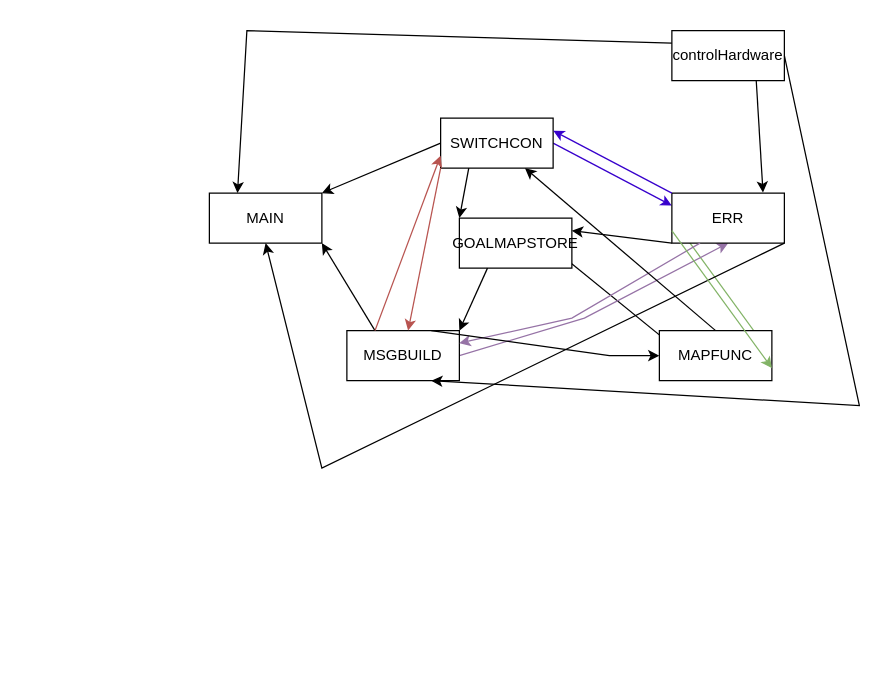
This is diagramsDrawio/scriptConnections.drawio from SophiagDotart/puzzlingRobots, a draw.io file, before an edit. Source tidied: cells renumbered, new cells numbered last; positions are measured from the earlier drawing's top-left corner, leaving out a move shared by most shapes. Both pictures are drawn from the tidied source at 125%, with x=0, y=0 at pixel (209, 30).
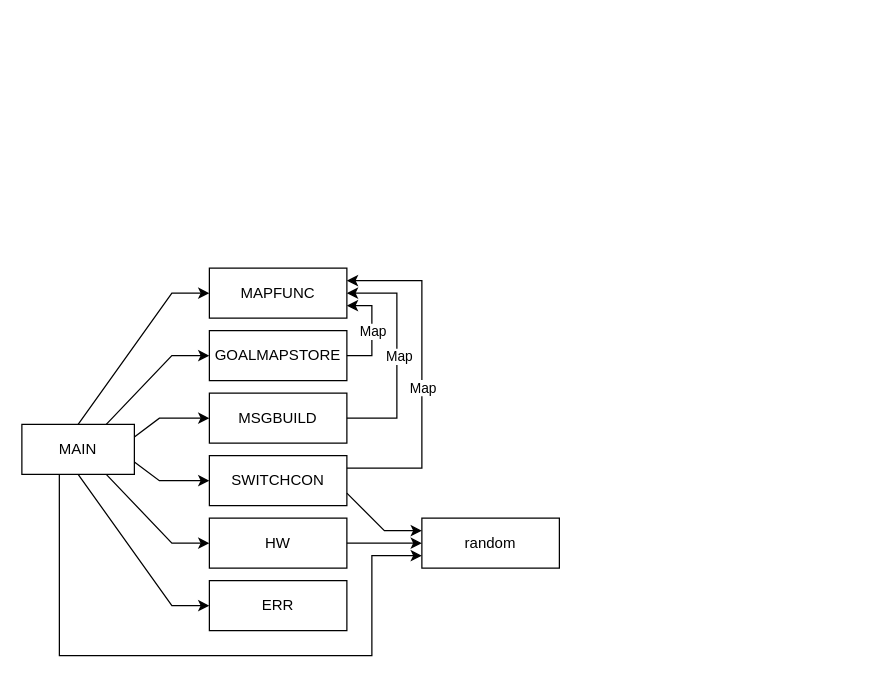
The same page after the edit.

Commit message (it also covers changes not shown here):
added stateDiagram and fixed typos in comments of err

The edit, as a diff of the source:
```diff
@@
-    <mxCell id="2" style="endArrow=classic;html=1;rounded=0;exitX=0.5;exitY=1;exitDx=0;exitDy=0;entryX=0.5;entryY=0;entryDx=0;entryDy=0;" parent="1" edge="1" source="9" target="10">
-      <mxGeometry relative="1" as="geometry" />
-    </mxCell>
-    <mxCell id="3" style="endArrow=classic;html=1;rounded=0;entryX=0;entryY=0.25;entryDx=0;entryDy=0;exitX=1;exitY=0.5;exitDx=0;exitDy=0;fillColor=#6a00ff;strokeColor=#3700CC;" parent="1" edge="1" source="11" target="8">
-      <mxGeometry relative="1" as="geometry" />
-    </mxCell>
-    <mxCell id="4" style="endArrow=classic;html=1;rounded=0;exitX=1;exitY=0.5;exitDx=0;exitDy=0;entryX=0;entryY=0.5;entryDx=0;entryDy=0;fillColor=#d5e8d4;strokeColor=#82b366;" parent="1" edge="1" source="9" target="8">
-      <mxGeometry relative="1" as="geometry" />
-    </mxCell>
-    <mxCell id="5" style="endArrow=classic;html=1;rounded=0;entryX=0.5;entryY=1;entryDx=0;entryDy=0;exitX=1;exitY=0.5;exitDx=0;exitDy=0;fillColor=#e1d5e7;strokeColor=#9673a6;" parent="1" edge="1" source="6" target="8">
-      <mxGeometry relative="1" as="geometry">
-        <Array as="points">
-          <mxPoint x="300" y="230" />
-        </Array>
-      </mxGeometry>
-    </mxCell>
-    <mxCell id="6" value="MSGBUILD" style="rounded=0;whiteSpace=wrap;html=1;" parent="1" vertex="1">
-      <mxGeometry x="110" y="240" width="90" height="40" as="geometry" />
+    <mxCell id="6" value="SWITCHCON" style="rounded=0;whiteSpace=wrap;html=1;" parent="1" vertex="1">
+      <mxGeometry y="340" width="110" height="40" as="geometry" />
     </mxCell>
     <mxCell id="7" value="MAIN" style="rounded=0;whiteSpace=wrap;html=1;" parent="1" vertex="1">
-      <mxGeometry y="130" width="90" height="40" as="geometry" />
+      <mxGeometry x="-150" y="315" width="90" height="40" as="geometry" />
     </mxCell>
     <mxCell id="8" value="ERR" style="rounded=0;whiteSpace=wrap;html=1;" parent="1" vertex="1">
-      <mxGeometry x="370" y="130" width="90" height="40" as="geometry" />
+      <mxGeometry y="440" width="110" height="40" as="geometry" />
     </mxCell>
     <mxCell id="9" value="MAPFUNC" style="rounded=0;whiteSpace=wrap;html=1;" parent="1" vertex="1">
-      <mxGeometry x="360" y="240" width="90" height="40" as="geometry" />
+      <mxGeometry y="190" width="110" height="40" as="geometry" />
     </mxCell>
     <mxCell id="10" value="GOALMAPSTORE" style="rounded=0;whiteSpace=wrap;html=1;" parent="1" vertex="1">
-      <mxGeometry x="200" y="150" width="90" height="40" as="geometry" />
+      <mxGeometry y="240" width="110" height="40" as="geometry" />
     </mxCell>
-    <mxCell id="11" value="SWITCHCON" style="rounded=0;whiteSpace=wrap;html=1;" parent="1" vertex="1">
-      <mxGeometry x="185" y="70" width="90" height="40" as="geometry" />
+    <mxCell id="11" value="MSGBUILD" style="rounded=0;whiteSpace=wrap;html=1;" parent="1" vertex="1">
+      <mxGeometry y="290" width="110" height="40" as="geometry" />
     </mxCell>
-    <mxCell id="12" style="endArrow=classic;html=1;rounded=0;exitX=0;exitY=1;exitDx=0;exitDy=0;fillColor=#f8cecc;strokeColor=#b85450;" parent="1" edge="1" source="11" target="6">
-      <mxGeometry relative="1" as="geometry" />
-    </mxCell>
-    <mxCell id="13" value="controlHardware" style="rounded=0;whiteSpace=wrap;html=1;" parent="1" vertex="1">
-      <mxGeometry x="370" width="90" height="40" as="geometry" />
+    <mxCell id="13" value="HW" style="rounded=0;whiteSpace=wrap;html=1;" parent="1" vertex="1">
+      <mxGeometry y="390" width="110" height="40" as="geometry" />
     </mxCell>
-    <mxCell id="14" style="endArrow=classic;html=1;rounded=0;exitX=0.25;exitY=1;exitDx=0;exitDy=0;entryX=0;entryY=0;entryDx=0;entryDy=0;" parent="1" edge="1" source="11" target="10">
-      <mxGeometry relative="1" as="geometry" />
-    </mxCell>
-    <mxCell id="15" style="endArrow=classic;html=1;rounded=0;exitX=0;exitY=0.25;exitDx=0;exitDy=0;entryX=0.25;entryY=0;entryDx=0;entryDy=0;" parent="1" edge="1" source="13" target="7">
-      <mxGeometry relative="1" as="geometry">
-        <Array as="points">
-          <mxPoint x="30" />
-        </Array>
-      </mxGeometry>
-    </mxCell>
-    <mxCell id="16" style="endArrow=classic;html=1;rounded=0;exitX=0;exitY=0.5;exitDx=0;exitDy=0;entryX=1;entryY=0;entryDx=0;entryDy=0;entryPerimeter=0;" parent="1" edge="1" source="11" target="7">
-      <mxGeometry relative="1" as="geometry" />
-    </mxCell>
-    <mxCell id="17" style="endArrow=classic;html=1;rounded=0;exitX=0.25;exitY=0;exitDx=0;exitDy=0;entryX=1;entryY=1;entryDx=0;entryDy=0;" parent="1" edge="1" source="6" target="7">
-      <mxGeometry relative="1" as="geometry" />
-    </mxCell>
-    <mxCell id="18" style="endArrow=classic;html=1;rounded=0;entryX=0.5;entryY=1;entryDx=0;entryDy=0;exitX=1;exitY=1;exitDx=0;exitDy=0;" parent="1" edge="1" source="8" target="7">
-      <mxGeometry relative="1" as="geometry">
-        <Array as="points">
-          <mxPoint x="90" y="350" />
-        </Array>
-      </mxGeometry>
-    </mxCell>
-    <mxCell id="19" style="endArrow=classic;html=1;rounded=0;exitX=0;exitY=1;exitDx=0;exitDy=0;entryX=1;entryY=0.25;entryDx=0;entryDy=0;" parent="1" edge="1" source="8" target="10">
-      <mxGeometry relative="1" as="geometry" />
-    </mxCell>
-    <mxCell id="20" style="endArrow=classic;html=1;rounded=0;exitX=0.75;exitY=1;exitDx=0;exitDy=0;entryX=0.81;entryY=-0.01;entryDx=0;entryDy=0;entryPerimeter=0;" parent="1" edge="1" source="13" target="8">
-      <mxGeometry relative="1" as="geometry" />
-    </mxCell>
-    <mxCell id="21" style="endArrow=classic;html=1;rounded=0;exitX=1;exitY=0.5;exitDx=0;exitDy=0;entryX=0.75;entryY=1;entryDx=0;entryDy=0;" parent="1" edge="1" source="13" target="6">
-      <mxGeometry relative="1" as="geometry">
-        <Array as="points">
-          <mxPoint x="520" y="300" />
-        </Array>
-      </mxGeometry>
-    </mxCell>
-    <mxCell id="22" style="endArrow=classic;html=1;rounded=0;exitX=0.25;exitY=1;exitDx=0;exitDy=0;entryX=1;entryY=0.25;entryDx=0;entryDy=0;fillColor=#e1d5e7;strokeColor=#9673a6;" parent="1" edge="1" source="8" target="6">
-      <mxGeometry relative="1" as="geometry">
-        <Array as="points">
-          <mxPoint x="290" y="230" />
-        </Array>
-      </mxGeometry>
-    </mxCell>
-    <mxCell id="23" style="endArrow=classic;html=1;rounded=0;exitX=0.5;exitY=0;exitDx=0;exitDy=0;entryX=0.75;entryY=1;entryDx=0;entryDy=0;" parent="1" edge="1" source="9" target="11">
-      <mxGeometry relative="1" as="geometry" />
-    </mxCell>
-    <mxCell id="24" style="endArrow=classic;html=1;rounded=0;exitX=0.25;exitY=0;exitDx=0;exitDy=0;entryX=0;entryY=0.75;entryDx=0;entryDy=0;fillColor=#f8cecc;strokeColor=#b85450;" parent="1" edge="1" source="6" target="11">
-      <mxGeometry relative="1" as="geometry" />
-    </mxCell>
-    <mxCell id="25" style="endArrow=classic;html=1;rounded=0;exitX=0;exitY=0;exitDx=0;exitDy=0;entryX=1;entryY=0.25;entryDx=0;entryDy=0;fillColor=#6a00ff;strokeColor=#3700CC;" parent="1" edge="1" source="8" target="11">
-      <mxGeometry relative="1" as="geometry" />
-    </mxCell>
-    <mxCell id="26" style="endArrow=classic;html=1;rounded=0;exitX=0;exitY=0.75;exitDx=0;exitDy=0;entryX=1;entryY=0.75;entryDx=0;entryDy=0;fillColor=#d5e8d4;strokeColor=#82b366;" parent="1" edge="1" source="8" target="9">
-      <mxGeometry relative="1" as="geometry" />
-    </mxCell>
+    <mxCell id="29" style="endArrow=classic;html=1;rounded=0;exitX=0.5;exitY=0;exitDx=0;exitDy=0;entryX=0;entryY=0.5;entryDx=0;entryDy=0;" parent="1" edge="1" source="7" target="9">
+      <mxGeometry relative="1" as="geometry">
+        <Array as="points">
+          <mxPoint x="-30" y="210" />
+        </Array>
+      </mxGeometry>
+    </mxCell>
+    <mxCell id="30" style="endArrow=classic;html=1;rounded=0;exitX=0.75;exitY=0;exitDx=0;exitDy=0;entryX=0;entryY=0.5;entryDx=0;entryDy=0;" parent="1" edge="1" source="7" target="10">
+      <mxGeometry relative="1" as="geometry">
+        <Array as="points">
+          <mxPoint x="-30" y="260" />
+        </Array>
+      </mxGeometry>
+    </mxCell>
+    <mxCell id="31" style="endArrow=classic;html=1;rounded=0;exitX=1;exitY=0.25;exitDx=0;exitDy=0;entryX=0;entryY=0.5;entryDx=0;entryDy=0;" parent="1" edge="1" source="7" target="11">
+      <mxGeometry relative="1" as="geometry">
+        <Array as="points">
+          <mxPoint x="-40" y="310" />
+        </Array>
+      </mxGeometry>
+    </mxCell>
+    <mxCell id="32" style="endArrow=classic;html=1;rounded=0;exitX=0.75;exitY=1;exitDx=0;exitDy=0;entryX=0;entryY=0.5;entryDx=0;entryDy=0;" parent="1" edge="1" source="7" target="13">
+      <mxGeometry relative="1" as="geometry">
+        <Array as="points">
+          <mxPoint x="-30" y="410" />
+        </Array>
+      </mxGeometry>
+    </mxCell>
+    <mxCell id="33" style="endArrow=classic;html=1;rounded=0;exitX=0.5;exitY=1;exitDx=0;exitDy=0;entryX=0;entryY=0.5;entryDx=0;entryDy=0;" parent="1" edge="1" source="7" target="8">
+      <mxGeometry relative="1" as="geometry">
+        <Array as="points">
+          <mxPoint x="-30" y="460" />
+        </Array>
+      </mxGeometry>
+    </mxCell>
+    <mxCell id="34" style="endArrow=classic;html=1;rounded=0;exitX=1;exitY=0.75;exitDx=0;exitDy=0;entryX=0;entryY=0.5;entryDx=0;entryDy=0;" parent="1" edge="1" source="7" target="6">
+      <mxGeometry relative="1" as="geometry">
+        <Array as="points">
+          <mxPoint x="-40" y="360" />
+        </Array>
+      </mxGeometry>
+    </mxCell>
+    <mxCell id="35" value="random" style="rounded=0;whiteSpace=wrap;html=1;" parent="1" vertex="1">
+      <mxGeometry x="170" y="390" width="110" height="40" as="geometry" />
+    </mxCell>
+    <mxCell id="36" style="endArrow=classic;html=1;rounded=0;exitX=1;exitY=0.5;exitDx=0;exitDy=0;entryX=1;entryY=0.75;entryDx=0;entryDy=0;" parent="1" edge="1" source="10" target="9">
+      <mxGeometry relative="1" as="geometry">
+        <Array as="points">
+          <mxPoint x="130" y="260" />
+          <mxPoint x="130" y="220" />
+        </Array>
+      </mxGeometry>
+    </mxCell>
+    <mxCell id="37" value="Map" style="edgeLabel;html=1;align=center;verticalAlign=middle;" parent="36" vertex="1">
+      <mxGeometry x="0.2" relative="1" as="geometry">
+        <mxPoint y="8" as="offset" />
+      </mxGeometry>
+    </mxCell>
+    <mxCell id="38" style="endArrow=classic;html=1;rounded=0;exitX=1;exitY=0.5;exitDx=0;exitDy=0;entryX=0;entryY=0.5;entryDx=0;entryDy=0;" parent="1" edge="1" source="13" target="35">
+      <mxGeometry relative="1" as="geometry" />
+    </mxCell>
-    <mxCell id="27" style="endArrow=classic;html=1;rounded=0;exitX=0.75;exitY=0;exitDx=0;exitDy=0;entryX=0;entryY=0.5;entryDx=0;entryDy=0;" parent="1" edge="1" source="6" target="9">
+    <mxCell id="27" style="endArrow=classic;html=1;rounded=0;exitX=1;exitY=0.25;exitDx=0;exitDy=0;entryX=1;entryY=0.25;entryDx=0;entryDy=0;" parent="1" edge="1" source="6" target="9">
       <mxGeometry relative="1" as="geometry">
         <Array as="points">
-          <mxPoint x="320" y="260" />
+          <mxPoint x="170" y="350" />
+          <mxPoint x="170" y="200" />
         </Array>
       </mxGeometry>
     </mxCell>
-    <mxCell id="28" style="endArrow=classic;html=1;rounded=0;exitX=0.25;exitY=1;exitDx=0;exitDy=0;entryX=1;entryY=0;entryDx=0;entryDy=0;" parent="1" edge="1" source="10" target="6">
-      <mxGeometry relative="1" as="geometry" />
-    </mxCell>
+    <mxCell id="39" value="Map" style="edgeLabel;html=1;align=center;verticalAlign=middle;" parent="27" vertex="1">
+      <mxGeometry x="0.02" relative="1" as="geometry">
+        <mxPoint y="13" as="offset" />
+      </mxGeometry>
+    </mxCell>
+    <mxCell id="40" style="endArrow=classic;html=1;rounded=0;exitX=1;exitY=0.5;exitDx=0;exitDy=0;entryX=1;entryY=0.5;entryDx=0;entryDy=0;" parent="1" edge="1" source="11" target="9">
+      <mxGeometry relative="1" as="geometry">
+        <Array as="points">
+          <mxPoint x="150" y="310" />
+          <mxPoint x="150" y="210" />
+        </Array>
+      </mxGeometry>
+    </mxCell>
+    <mxCell id="41" value="Map" style="edgeLabel;html=1;align=center;verticalAlign=middle;" parent="40" vertex="1">
+      <mxGeometry y="-1" relative="1" as="geometry" />
+    </mxCell>
+    <mxCell id="42" style="endArrow=classic;html=1;rounded=0;exitX=1;exitY=0.75;exitDx=0;exitDy=0;entryX=0;entryY=0.25;entryDx=0;entryDy=0;" parent="1" edge="1" source="6" target="35">
+      <mxGeometry relative="1" as="geometry">
+        <Array as="points">
+          <mxPoint x="140" y="400" />
+        </Array>
+      </mxGeometry>
+    </mxCell>
+    <mxCell id="43" style="endArrow=classic;html=1;rounded=0;exitX=0.333;exitY=0.995;exitDx=0;exitDy=0;entryX=0;entryY=0.75;entryDx=0;entryDy=0;exitPerimeter=0;" parent="1" edge="1" source="7" target="35">
+      <mxGeometry relative="1" as="geometry">
+        <Array as="points">
+          <mxPoint x="-120" y="500" />
+          <mxPoint x="130" y="500" />
+          <mxPoint x="130" y="420" />
+        </Array>
+      </mxGeometry>
+    </mxCell>
```
